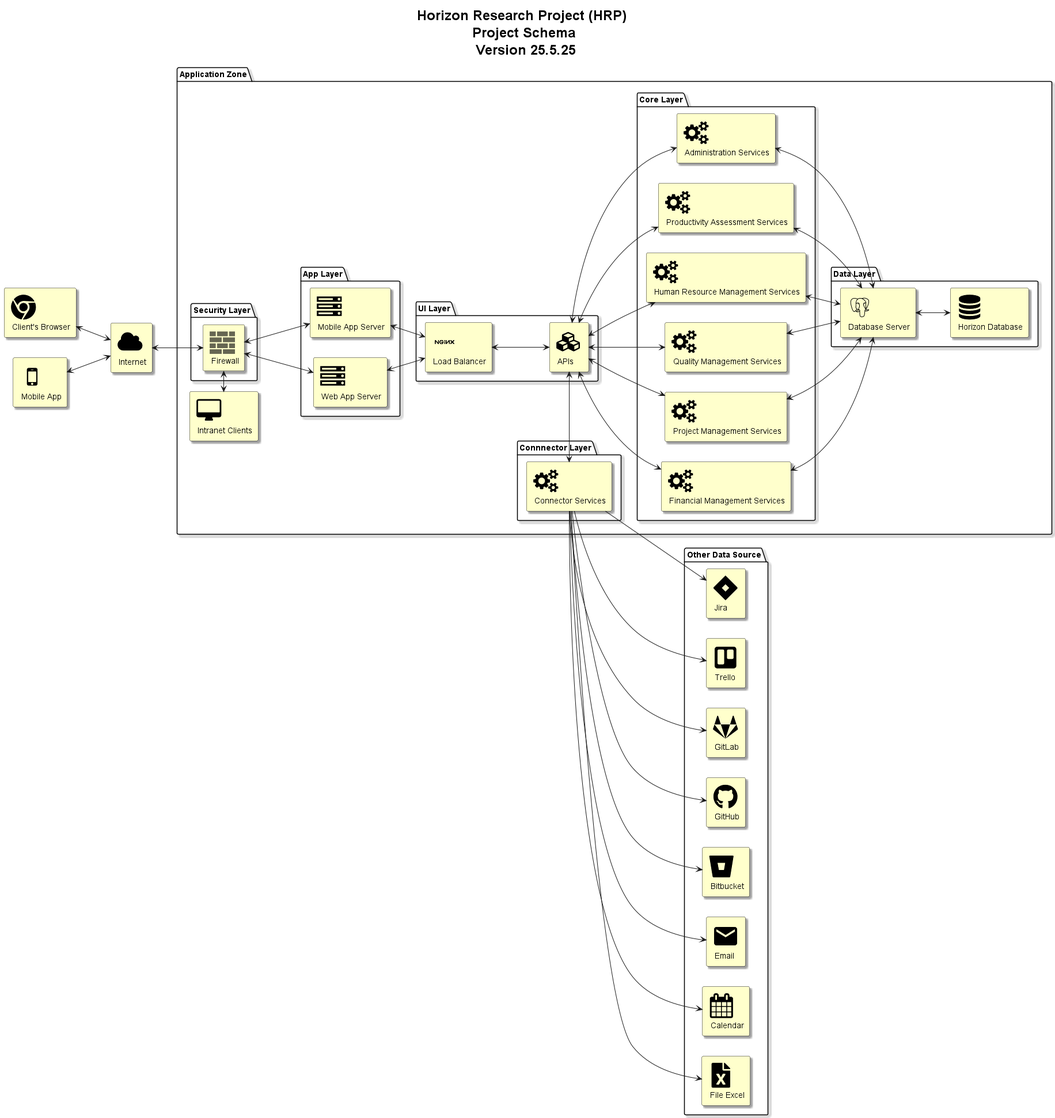
The PlantUML diagram 3-HorizonModeling/HorizonUml/out/Architecture/ProjectSchemaDiagram.png in mahyaresteki/Horizon, before a commit.
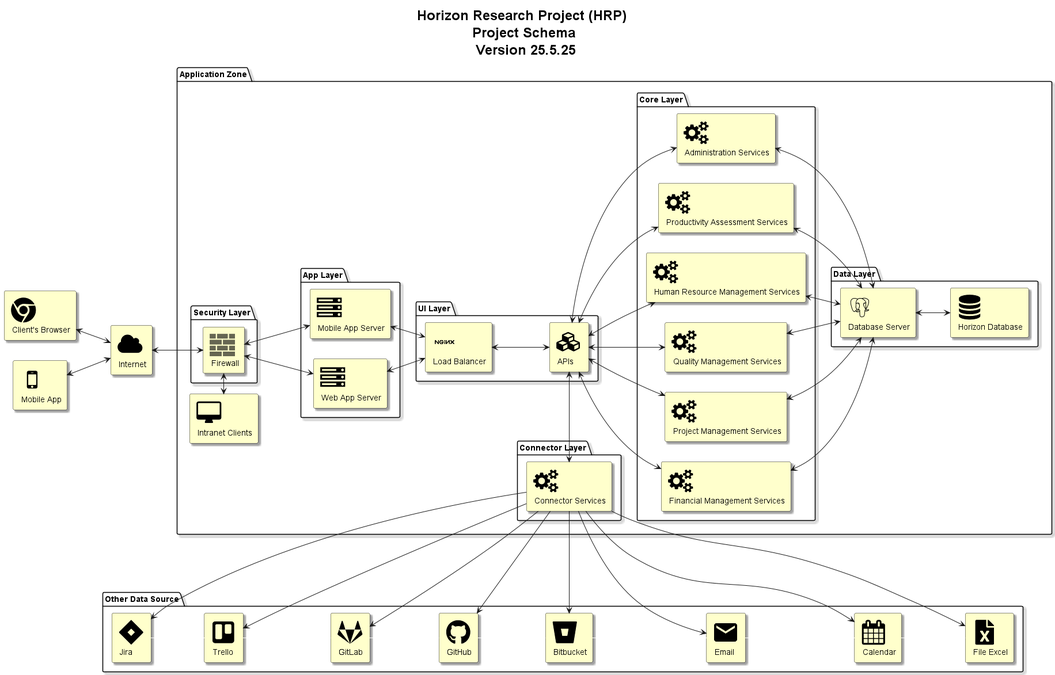
After the commit.

The edit, as a diff of the source:
```diff
@@ -30,14 +30,14 @@
 title Horizon Research Project (HRP) \n Project Schema \n Version 25.5.25
 
 package "Other Data Source" as otherDataSource{
-    FA5_JIRA(jira, "Jira") #BUSINESS
-    FA5_TRELLO(trello, "Trello") #BUSINESS
-    FA5_GITLAB(gitlab, "GitLab") #BUSINESS
-    FA5_GITHUB(github, "GitHub") #BUSINESS
-    FA5_BITBUCKET(bitbucket, "Bitbucket") #BUSINESS
-    MATERIAL_EMAIL(email, "Email") #BUSINESS
-    FA_CALENDAR(calendar, "Calendar") #BUSINESS
-    FA5_FILE_EXCEL(fileExcel, "File Excel") #BUSINESS
+        FA5_JIRA(jira, "Jira") #BUSINESS
+        FA5_TRELLO(trello, "Trello") #BUSINESS
+        FA5_GITLAB(gitlab, "GitLab") #BUSINESS
+        FA5_GITHUB(github, "GitHub") #BUSINESS
+        FA5_BITBUCKET(bitbucket, "Bitbucket") #BUSINESS
+        MATERIAL_EMAIL(email, "Email") #BUSINESS
+        FA_CALENDAR(calendar, "Calendar") #BUSINESS
+        FA5_FILE_EXCEL(fileExcel, "File Excel") #BUSINESS
 }
 
 package "Application Zone" as HorizonSystem{
@@ -51,7 +51,7 @@
         FA_CUBES(apis, "APIs") #BUSINESS
     }
 
-    package "Connnector Layer" as conectorLayer{
+    package "Connector Layer" as conدectorLayer{
         FA_COGS(connectorService, "Connector Services") #BUSINESS
     }
 
@@ -93,14 +93,23 @@
 apis <--> qcService
 apis <--> projectService
 apis <--> financialService
-connectorService --> jira
-connectorService --> github
-connectorService --> gitlab
-connectorService --> trello
-connectorService --> fileExcel
-connectorService --> bitbucket
-connectorService --> calendar
-connectorService --> email
+jira <- connectorService
+connectorService -u-> github
+connectorService -> gitlab
+connectorService -> trello
+connectorService -u-> fileExcel
+connectorService -> bitbucket
+connectorService -> calendar
+connectorService -> email
+
+jira -[#white]-> trello
+trello -[#white]-> gitlab
+gitlab -[#white]-> github
+github -[#white]-> bitbucket
+bitbucket -[#white]-> email
+email -[#white]-> calendar
+calendar -[#white]-> fileExcel
+
 adminService <--> databaseServer
 paService <--> databaseServer
 hrService <--> databaseServer
```
